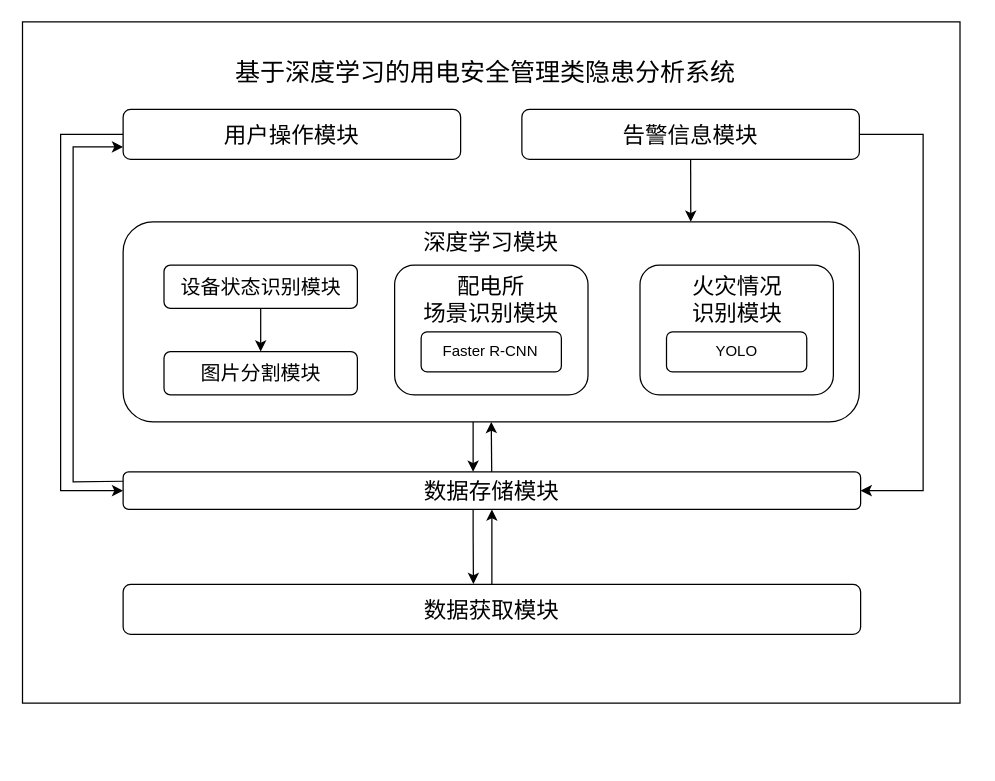
The draw.io diagram Draw.io/本科毕业设计/系统总体设计架构_调用.drawio in Arete-FFF/PicGo, before the edit. Source tidied: cells renumbered, new cells numbered last; positions are measured from the earlier drawing's top-left corner, leaving out a move shared by most shapes. Both pictures are drawn from the tidied source at 125%, with x=0, y=0 at pixel (22, 21).
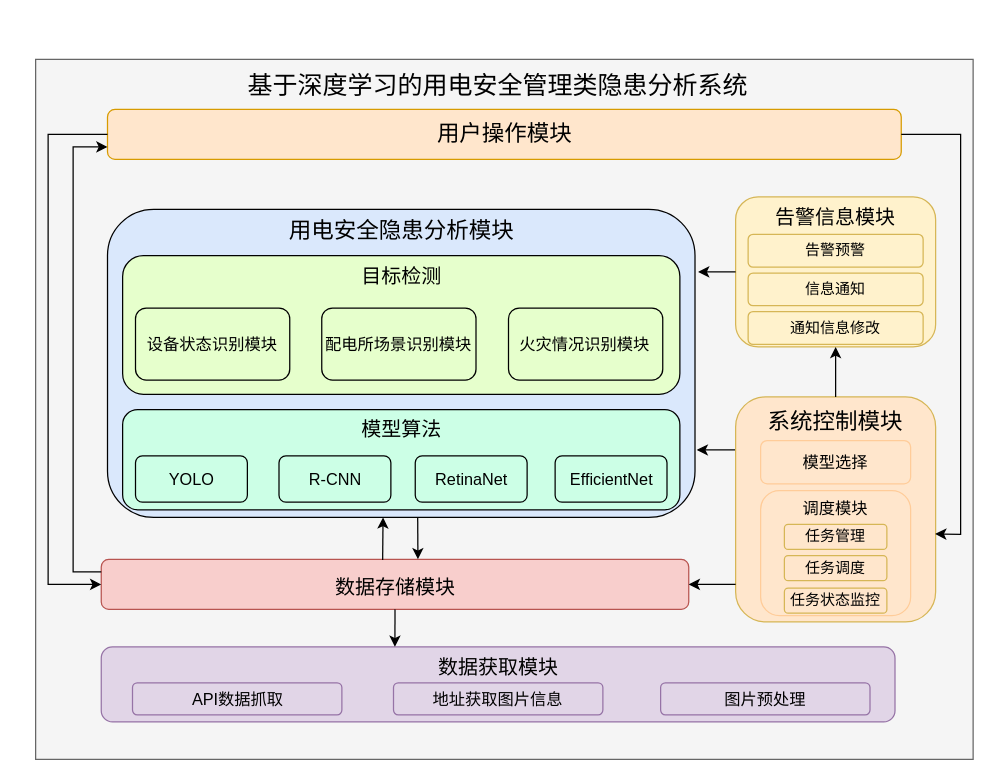
After the change.

Commit message:
更新系统总体设计架构_调用.drawio

Diff of the diagram source:
```diff
@@
-    <mxCell id="2" style="rounded=0;whiteSpace=wrap;html=1;glass=0;shadow=0;perimeterSpacing=0;flipV=1;" parent="1" vertex="1">
-      <mxGeometry x="-0.5" width="750" height="545" as="geometry" />
-    </mxCell>
+    <mxCell id="24" style="rounded=0;whiteSpace=wrap;html=1;glass=0;shadow=0;perimeterSpacing=0;fillColor=#f5f5f5;fontColor=#333333;strokeColor=#666666;fontFamily=宋体;" parent="1" vertex="1">
+      <mxGeometry x="10" y="30" width="750" height="560" as="geometry" />
+    </mxCell>
     <mxCell id="3" value="&lt;font style=&quot;font-size: 20px;&quot;&gt;基于深度学习的用电安全管理类隐患分析系统&lt;/font&gt;" style="rounded=0;whiteSpace=wrap;html=1;shadow=0;glass=0;strokeColor=default;fontFamily=宋体;fontSize=12;fontColor=default;fillColor=default;strokeWidth=0;opacity=0;" parent="1" vertex="1">
-      <mxGeometry x="30" y="20" width="680" height="40" as="geometry" />
+      <mxGeometry x="40" y="30" width="680" height="40" as="geometry" />
     </mxCell>
-    <mxCell id="4" value="&lt;font style=&quot;font-size: 18px;&quot;&gt;用户操作模块&lt;/font&gt;" style="rounded=1;whiteSpace=wrap;html=1;shadow=0;glass=0;strokeColor=default;fontFamily=宋体;fontSize=20;fontColor=default;fillColor=default;" parent="1" vertex="1">
-      <mxGeometry x="80" y="70" width="270" height="40" as="geometry" />
+    <mxCell id="4" value="&lt;font style=&quot;font-size: 18px;&quot;&gt;用户操作模块&lt;/font&gt;" style="rounded=1;whiteSpace=wrap;html=1;shadow=0;glass=0;strokeColor=#d79b00;fontFamily=宋体;fontSize=18;fillColor=#ffe6cc;" parent="1" vertex="1">
+      <mxGeometry x="67.5" y="70" width="635" height="40" as="geometry" />
     </mxCell>
-    <mxCell id="5" value="&lt;font style=&quot;font-size: 18px;&quot;&gt;数据存储模块&lt;/font&gt;" style="rounded=1;whiteSpace=wrap;html=1;shadow=0;glass=0;strokeColor=default;fontFamily=宋体;fontSize=20;fontColor=default;fillColor=default;" parent="1" vertex="1">
-      <mxGeometry x="80" y="360" width="590" height="30" as="geometry" />
+    <mxCell id="5" value="&lt;font style=&quot;font-size: 16px;&quot;&gt;数据存储模块&lt;/font&gt;" style="rounded=1;whiteSpace=wrap;html=1;shadow=0;glass=0;strokeColor=#b85450;fontFamily=宋体;fontSize=20;fillColor=#f8cecc;" parent="1" vertex="1">
+      <mxGeometry x="62.5" y="430" width="470" height="40" as="geometry" />
     </mxCell>
+    <mxCell id="25" style="group;fontFamily=宋体;" parent="1" vertex="1">
+      <mxGeometry x="62.5" y="500" width="635" height="60" as="geometry" />
+    </mxCell>
+    <mxCell id="7" value="&lt;font style=&quot;font-size: 16px;&quot;&gt;数据获取模块&lt;/font&gt;" style="rounded=1;whiteSpace=wrap;html=1;shadow=0;glass=0;strokeColor=#9673a6;fontFamily=宋体;fontSize=12;fillColor=#e1d5e7;verticalAlign=top;horizontal=1;" parent="25" vertex="1">
+      <mxGeometry width="635" height="60" as="geometry" />
+    </mxCell>
+    <mxCell id="26" value="&lt;font style=&quot;font-size: 13px;&quot;&gt;地址获取图片信息&lt;/font&gt;" style="rounded=1;whiteSpace=wrap;html=1;fillColor=#e1d5e7;strokeColor=#9673a6;fontFamily=宋体;" parent="25" vertex="1">
+      <mxGeometry x="233.8" y="28.7" width="167.5" height="25.7" as="geometry" />
+    </mxCell>
+    <mxCell id="27" value="&lt;font style=&quot;font-size: 13px;&quot;&gt;图片预处理&lt;/font&gt;" style="rounded=1;whiteSpace=wrap;html=1;fillColor=#e1d5e7;strokeColor=#9673a6;fontFamily=宋体;" parent="25" vertex="1">
+      <mxGeometry x="447.5" y="28.7" width="167.5" height="25.7" as="geometry" />
+    </mxCell>
+    <mxCell id="28" value="&lt;font style=&quot;font-size: 13px;&quot;&gt;API数据抓取&lt;/font&gt;" style="rounded=1;whiteSpace=wrap;html=1;fillColor=#e1d5e7;strokeColor=#9673a6;fontFamily=宋体;" parent="25" vertex="1">
+      <mxGeometry x="25" y="28.7" width="167.5" height="25.7" as="geometry" />
+    </mxCell>
+    <mxCell id="29" style="group;fontFamily=宋体;" parent="1" vertex="1">
+      <mxGeometry x="67.5" y="150" width="470" height="246.4" as="geometry" />
+    </mxCell>
+    <mxCell id="30" style="group;fontFamily=宋体;" parent="29" vertex="1">
+      <mxGeometry width="470" height="246.4" as="geometry" />
+    </mxCell>
+    <mxCell id="31" value="用电安全隐患分析模块" style="rounded=1;whiteSpace=wrap;html=1;shadow=0;glass=0;strokeColor=#000000;fontFamily=宋体;fontSize=18;fillColor=#dae8fc;verticalAlign=top;" parent="30" vertex="1">
+      <mxGeometry width="470" height="246.4" as="geometry" />
+    </mxCell>
+    <mxCell id="32" style="group;fontFamily=宋体;" parent="30" vertex="1">
+      <mxGeometry x="12.1" y="160.2" width="445.8" height="80.1" as="geometry" />
+    </mxCell>
+    <mxCell id="33" value="&lt;font&gt;模型算法&lt;/font&gt;" style="rounded=1;whiteSpace=wrap;html=1;verticalAlign=top;fontSize=16;fillColor=#CCFFE6;strokeColor=#000000;fontFamily=宋体;" parent="32" vertex="1">
+      <mxGeometry width="445.8" height="80.1" as="geometry" />
+    </mxCell>
+    <mxCell id="17" value="&lt;font style=&quot;font-size: 13px;&quot;&gt;YOLO&lt;/font&gt;" style="rounded=1;whiteSpace=wrap;html=1;fontFamily=宋体;fillColor=#CCFFE6;strokeColor=#000000;" parent="32" vertex="1">
+      <mxGeometry x="10.3" y="37" width="89.5" height="37" as="geometry" />
+    </mxCell>
+    <mxCell id="34" value="&lt;font style=&quot;font-size: 13px;&quot;&gt;R-CNN&lt;/font&gt;" style="rounded=1;whiteSpace=wrap;html=1;fontFamily=宋体;fillColor=#CCFFE6;strokeColor=#000000;" parent="32" vertex="1">
+      <mxGeometry x="125.1" y="37" width="89.5" height="37" as="geometry" />
+    </mxCell>
+    <mxCell id="35" value="&lt;font style=&quot;font-size: 13px;&quot;&gt;RetinaNet&lt;/font&gt;" style="rounded=1;whiteSpace=wrap;html=1;fontFamily=宋体;fillColor=#CCFFE6;strokeColor=#000000;" parent="32" vertex="1">
+      <mxGeometry x="234.1" y="37" width="89.5" height="37" as="geometry" />
+    </mxCell>
+    <mxCell id="36" value="&lt;font style=&quot;font-size: 13px;&quot;&gt;EfficientNet&lt;/font&gt;" style="rounded=1;whiteSpace=wrap;html=1;fontFamily=宋体;fillColor=#CCFFE6;strokeColor=#000000;" parent="32" vertex="1">
+      <mxGeometry x="346" y="37" width="89.5" height="37" as="geometry" />
+    </mxCell>
+    <mxCell id="37" style="group;fontFamily=宋体;" parent="30" vertex="1">
+      <mxGeometry x="12.1" y="37" width="445.8" height="110.9" as="geometry" />
+    </mxCell>
+    <mxCell id="38" value="&lt;font&gt;目标检测&lt;/font&gt;" style="rounded=1;whiteSpace=wrap;html=1;verticalAlign=top;fontSize=16;fillColor=#E6FFCC;strokeColor=#000000;fontFamily=宋体;" parent="37" vertex="1">
+      <mxGeometry width="445.8" height="110.9" as="geometry" />
+    </mxCell>
+    <mxCell id="39" value="&lt;font style=&quot;font-size: 13px;&quot;&gt;火灾情况识别模块&lt;/font&gt;" style="rounded=1;whiteSpace=wrap;html=1;shadow=0;glass=0;strokeColor=default;fontFamily=宋体;fontSize=14;fontColor=default;fillColor=#E6FFCC;verticalAlign=middle;align=center;" parent="37" vertex="1">
+      <mxGeometry x="308.7" y="41.9" width="123.4" height="57.6" as="geometry" />
+    </mxCell>
+    <mxCell id="40" value="&lt;font style=&quot;font-size: 13px;&quot;&gt;配电所场景识别模块&lt;/font&gt;" style="rounded=1;whiteSpace=wrap;html=1;shadow=0;glass=0;strokeColor=default;fontFamily=宋体;fontSize=14;fontColor=default;fillColor=#E6FFCC;verticalAlign=middle;align=center;" parent="37" vertex="1">
+      <mxGeometry x="159.3" y="41.9" width="123.4" height="57.6" as="geometry" />
+    </mxCell>
+    <mxCell id="13" value="&lt;font style=&quot;font-size: 13px;&quot;&gt;&lt;font style=&quot;border-color: var(--border-color); font-size: 13px;&quot;&gt;设备状态&lt;/font&gt;识别模块&lt;/font&gt;" style="rounded=1;whiteSpace=wrap;html=1;shadow=0;glass=0;strokeColor=#000000;fontFamily=宋体;fontSize=14;fontColor=default;fillColor=#E6FFCC;verticalAlign=middle;align=center;" parent="37" vertex="1">
+      <mxGeometry x="10.3" y="41.9" width="123.4" height="57.6" as="geometry" />
+    </mxCell>
+    <mxCell id="41" style="group;" parent="1" vertex="1">
+      <mxGeometry x="570" y="300" width="160" height="180" as="geometry" />
+    </mxCell>
+    <mxCell id="42" value="&lt;font style=&quot;font-size: 18px;&quot;&gt;系统控制模块&lt;/font&gt;" style="rounded=1;whiteSpace=wrap;html=1;shadow=0;glass=0;strokeColor=#d6b656;fontFamily=宋体;fontSize=20;fillColor=#FFE6CC;verticalAlign=top;" parent="41" vertex="1">
+      <mxGeometry width="160" height="180" as="geometry" />
+    </mxCell>
+    <mxCell id="43" value="模型选择" style="rounded=1;whiteSpace=wrap;html=1;fontFamily=宋体;fillColor=#FFE6CC;strokeColor=#FFCC99;fontSize=13;" parent="41" vertex="1">
+      <mxGeometry x="20" y="35" width="120" height="34.5" as="geometry" />
+    </mxCell>
+    <mxCell id="44" style="group;" parent="41" vertex="1">
+      <mxGeometry x="20" y="55" width="120" height="122" as="geometry" />
+    </mxCell>
+    <mxCell id="45" style="group;" parent="44" vertex="1">
+      <mxGeometry width="120" height="122" as="geometry" />
+    </mxCell>
+    <mxCell id="46" value="调度模块" style="rounded=1;whiteSpace=wrap;html=1;fontFamily=宋体;fillColor=#FFE6CC;strokeColor=#FFCC99;fontSize=13;verticalAlign=top;" parent="44" vertex="1">
+      <mxGeometry y="20" width="120" height="100" as="geometry" />
+    </mxCell>
+    <mxCell id="47" value="任务管理" style="rounded=1;whiteSpace=wrap;html=1;fillColor=#FFE6CC;strokeColor=#d6b656;fontFamily=宋体;" parent="44" vertex="1">
+      <mxGeometry x="19" y="47" width="82" height="20" as="geometry" />
+    </mxCell>
+    <mxCell id="48" value="任务调度" style="rounded=1;whiteSpace=wrap;html=1;fillColor=#FFE6CC;strokeColor=#d6b656;fontFamily=宋体;" parent="44" vertex="1">
+      <mxGeometry x="19" y="72" width="82" height="20" as="geometry" />
+    </mxCell>
+    <mxCell id="49" value="任务状态监控" style="rounded=1;whiteSpace=wrap;html=1;fillColor=#FFE6CC;strokeColor=#d6b656;fontFamily=宋体;" parent="44" vertex="1">
+      <mxGeometry x="19" y="98" width="82" height="20" as="geometry" />
+    </mxCell>
+    <mxCell id="50" style="group;" parent="1" vertex="1">
+      <mxGeometry x="570" y="140" width="160" height="120" as="geometry" />
+    </mxCell>
-    <mxCell id="6" value="&lt;font style=&quot;font-size: 18px;&quot;&gt;告警信息模块&lt;/font&gt;" style="rounded=1;whiteSpace=wrap;html=1;shadow=0;glass=0;strokeColor=default;fontFamily=宋体;fontSize=20;fontColor=default;fillColor=default;" parent="1" vertex="1">
-      <mxGeometry x="399" y="70" width="270" height="40" as="geometry" />
+    <mxCell id="6" value="&lt;font style=&quot;font-size: 16px;&quot;&gt;告警信息模块&lt;/font&gt;" style="rounded=1;whiteSpace=wrap;html=1;shadow=0;glass=0;strokeColor=#d6b656;fontFamily=宋体;fontSize=16;fillColor=#fff2cc;verticalAlign=top;" parent="50" vertex="1">
+      <mxGeometry width="160" height="120" as="geometry" />
     </mxCell>
-    <mxCell id="7" value="&lt;font style=&quot;font-size: 18px;&quot;&gt;数据获取模块&lt;/font&gt;" style="rounded=1;whiteSpace=wrap;html=1;shadow=0;glass=0;strokeColor=default;fontFamily=宋体;fontSize=20;fontColor=default;fillColor=default;" parent="1" vertex="1">
-      <mxGeometry x="80" y="450" width="590" height="40" as="geometry" />
-    </mxCell>
-    <mxCell id="8" style="endArrow=classic;html=1;rounded=0;fontFamily=宋体;exitX=0.5;exitY=1;exitDx=0;exitDy=0;entryX=0.771;entryY=0;entryDx=0;entryDy=0;entryPerimeter=0;" parent="1" edge="1" source="6" target="11">
-      <mxGeometry relative="1" as="geometry" />
-    </mxCell>
-    <mxCell id="9" style="endArrow=classic;html=1;rounded=0;fontFamily=宋体;exitX=1;exitY=0.5;exitDx=0;exitDy=0;entryX=1;entryY=0.5;entryDx=0;entryDy=0;" parent="1" edge="1" source="6" target="5">
-      <mxGeometry relative="1" as="geometry">
-        <Array as="points">
-          <mxPoint x="720" y="90" />
-          <mxPoint x="720" y="375" />
-        </Array>
-      </mxGeometry>
-    </mxCell>
-    <mxCell id="10" style="edgeStyle=orthogonalEdgeStyle;rounded=0;jettySize=auto;html=1;fontFamily=宋体;" parent="1" edge="1" source="11" target="5">
-      <mxGeometry relative="1" as="geometry">
-        <Array as="points">
-          <mxPoint x="360" y="340" />
-          <mxPoint x="360" y="340" />
-        </Array>
-      </mxGeometry>
-    </mxCell>
-    <mxCell id="11" value="深度学习模块" style="rounded=1;whiteSpace=wrap;html=1;shadow=0;glass=0;strokeColor=default;fontFamily=宋体;fontSize=18;fontColor=default;fillColor=default;verticalAlign=top;" parent="1" vertex="1">
-      <mxGeometry x="80" y="160" width="589" height="160" as="geometry" />
-    </mxCell>
-    <mxCell id="12" value="&lt;font style=&quot;font-size: 16px;&quot;&gt;图片分割模块&lt;/font&gt;" style="rounded=1;whiteSpace=wrap;html=1;shadow=0;glass=0;strokeColor=default;fontFamily=宋体;fontSize=18;fontColor=default;fillColor=default;" parent="1" vertex="1">
-      <mxGeometry x="112.7" y="263.8" width="154.7" height="34.6" as="geometry" />
-    </mxCell>
-    <mxCell id="13" value="&lt;font style=&quot;font-size: 16px;&quot;&gt;&lt;font style=&quot;font-size: 16px;&quot;&gt;设备状态&lt;/font&gt;识别模块&lt;/font&gt;" style="rounded=1;whiteSpace=wrap;html=1;shadow=0;glass=0;strokeColor=default;fontFamily=宋体;fontSize=18;fontColor=default;fillColor=default;" parent="1" vertex="1">
-      <mxGeometry x="112.7" y="194.6" width="154.7" height="34.6" as="geometry" />
-    </mxCell>
-    <mxCell id="14" value="配电所&lt;br&gt;场景识别模块" style="rounded=1;whiteSpace=wrap;html=1;shadow=0;glass=0;strokeColor=default;fontFamily=宋体;fontSize=18;fontColor=default;fillColor=default;verticalAlign=top;" parent="1" vertex="1">
-      <mxGeometry x="297.2" y="194.6" width="154.7" height="103.8" as="geometry" />
-    </mxCell>
-    <mxCell id="15" value="火灾情况&lt;br&gt;识别模块" style="rounded=1;whiteSpace=wrap;html=1;shadow=0;glass=0;strokeColor=default;fontFamily=宋体;fontSize=18;fontColor=default;fillColor=default;verticalAlign=top;" parent="1" vertex="1">
-      <mxGeometry x="493.5" y="194.6" width="154.7" height="103.8" as="geometry" />
-    </mxCell>
-    <mxCell id="16" value="&lt;font face=&quot;宋体&quot;&gt;Faster R-CNN&lt;/font&gt;" style="rounded=1;whiteSpace=wrap;html=1;" parent="1" vertex="1">
-      <mxGeometry x="318.4" y="248" width="112.2" height="32" as="geometry" />
-    </mxCell>
-    <mxCell id="17" value="&lt;font face=&quot;宋体&quot;&gt;YOLO&lt;/font&gt;" style="rounded=1;whiteSpace=wrap;html=1;" parent="1" vertex="1">
-      <mxGeometry x="514.7" y="248" width="112.2" height="32" as="geometry" />
-    </mxCell>
-    <mxCell id="18" style="endArrow=classic;html=1;rounded=0;fontFamily=宋体;exitX=0.5;exitY=1;exitDx=0;exitDy=0;entryX=0.5;entryY=0;entryDx=0;entryDy=0;" parent="1" edge="1" source="13" target="12">
-      <mxGeometry relative="1" as="geometry" />
-    </mxCell>
+    <mxCell id="51" value="告警预警" style="rounded=1;whiteSpace=wrap;html=1;fillColor=#fff2cc;strokeColor=#d6b656;fontFamily=宋体;" parent="50" vertex="1">
+      <mxGeometry x="10" y="30" width="140" height="26.2" as="geometry" />
+    </mxCell>
+    <mxCell id="52" value="信息通知" style="rounded=1;whiteSpace=wrap;html=1;fillColor=#fff2cc;strokeColor=#d6b656;fontFamily=宋体;" parent="50" vertex="1">
+      <mxGeometry x="10" y="60.9" width="140" height="26.2" as="geometry" />
+    </mxCell>
+    <mxCell id="53" value="通知信息修改" style="rounded=1;whiteSpace=wrap;html=1;fillColor=#fff2cc;strokeColor=#d6b656;fontFamily=宋体;" parent="50" vertex="1">
+      <mxGeometry x="10" y="91.8" width="140" height="26.2" as="geometry" />
+    </mxCell>
-    <mxCell id="19" style="endArrow=classic;html=1;rounded=0;fontFamily=宋体;exitX=0;exitY=0.5;exitDx=0;exitDy=0;entryX=0;entryY=0.5;entryDx=0;entryDy=0;" parent="1" edge="1" source="4" target="5">
+    <mxCell id="19" style="endArrow=classic;html=1;rounded=0;entryX=0;entryY=0.5;entryDx=0;entryDy=0;exitX=0;exitY=0.5;exitDx=0;exitDy=0;" parent="1" edge="1" source="4" target="5">
       <mxGeometry relative="1" as="geometry">
         <Array as="points">
-          <mxPoint x="30" y="90" />
-          <mxPoint x="30" y="375" />
+          <mxPoint x="20" y="90" />
+          <mxPoint x="20" y="450" />
         </Array>
       </mxGeometry>
     </mxCell>
+    <mxCell id="54" style="endArrow=classic;html=1;rounded=0;entryX=0.37;entryY=0;entryDx=0;entryDy=0;entryPerimeter=0;exitX=0.5;exitY=1;exitDx=0;exitDy=0;" parent="1" edge="1" source="5" target="7">
+      <mxGeometry relative="1" as="geometry" />
+    </mxCell>
+    <mxCell id="55" style="endArrow=classic;html=1;rounded=0;exitX=0.479;exitY=0.013;exitDx=0;exitDy=0;exitPerimeter=0;entryX=0.469;entryY=1;entryDx=0;entryDy=0;entryPerimeter=0;" parent="1" edge="1" source="5" target="31">
+      <mxGeometry relative="1" as="geometry" />
+    </mxCell>
+    <mxCell id="56" style="endArrow=classic;html=1;rounded=0;entryX=0.539;entryY=-0.003;entryDx=0;entryDy=0;entryPerimeter=0;exitX=0.528;exitY=1.001;exitDx=0;exitDy=0;exitPerimeter=0;" parent="1" edge="1" source="31" target="5">
+      <mxGeometry relative="1" as="geometry" />
+    </mxCell>
-    <mxCell id="20" style="endArrow=classic;html=1;rounded=0;fontFamily=宋体;entryX=0;entryY=0.75;entryDx=0;entryDy=0;exitX=0;exitY=0.25;exitDx=0;exitDy=0;" parent="1" edge="1" source="5" target="4">
+    <mxCell id="20" style="endArrow=classic;html=1;rounded=0;exitX=0;exitY=0.25;exitDx=0;exitDy=0;entryX=0;entryY=0.75;entryDx=0;entryDy=0;" parent="1" edge="1" source="5" target="4">
       <mxGeometry relative="1" as="geometry">
         <Array as="points">
-          <mxPoint x="40" y="368" />
+          <mxPoint x="40" y="440" />
           <mxPoint x="40" y="100" />
         </Array>
       </mxGeometry>
     </mxCell>
-    <mxCell id="21" style="endArrow=classic;html=1;rounded=0;fontFamily=宋体;entryX=0.5;entryY=1;entryDx=0;entryDy=0;" parent="1" edge="1" source="5" target="11">
-      <mxGeometry relative="1" as="geometry" />
-    </mxCell>
-    <mxCell id="22" style="edgeStyle=orthogonalEdgeStyle;rounded=0;jettySize=auto;html=1;fontFamily=宋体;entryX=0.475;entryY=-0.005;entryDx=0;entryDy=0;entryPerimeter=0;" parent="1" edge="1" target="7">
-      <mxGeometry relative="1" as="geometry">
-        <mxPoint x="360" y="390" as="sourcePoint" />
-        <Array as="points">
-          <mxPoint x="360" y="410" />
-        </Array>
-      </mxGeometry>
-    </mxCell>
-    <mxCell id="23" style="endArrow=classic;html=1;rounded=0;fontFamily=宋体;entryX=0.5;entryY=1;entryDx=0;entryDy=0;exitX=0.5;exitY=0;exitDx=0;exitDy=0;" parent="1" edge="1" source="7" target="5">
-      <mxGeometry relative="1" as="geometry" />
-    </mxCell>
+    <mxCell id="57" style="endArrow=classic;html=1;rounded=0;exitX=-0.003;exitY=0.236;exitDx=0;exitDy=0;exitPerimeter=0;entryX=1.003;entryY=0.781;entryDx=0;entryDy=0;entryPerimeter=0;" parent="1" edge="1" source="42" target="31">
+      <mxGeometry relative="1" as="geometry" />
+    </mxCell>
+    <mxCell id="58" style="endArrow=classic;html=1;rounded=0;entryX=1;entryY=0.5;entryDx=0;entryDy=0;" parent="1" edge="1" target="5">
+      <mxGeometry relative="1" as="geometry">
+        <mxPoint x="570" y="450" as="sourcePoint" />
+      </mxGeometry>
+    </mxCell>
+    <mxCell id="59" style="endArrow=classic;html=1;rounded=0;exitX=0.5;exitY=0;exitDx=0;exitDy=0;" parent="1" edge="1" source="42">
+      <mxGeometry relative="1" as="geometry">
+        <mxPoint x="650" y="260" as="targetPoint" />
+      </mxGeometry>
+    </mxCell>
+    <mxCell id="60" style="endArrow=classic;html=1;rounded=0;exitX=0;exitY=0.5;exitDx=0;exitDy=0;" parent="1" edge="1" source="6">
+      <mxGeometry relative="1" as="geometry">
+        <mxPoint x="540" y="200" as="targetPoint" />
+      </mxGeometry>
+    </mxCell>
+    <mxCell id="61" style="endArrow=classic;html=1;rounded=0;exitX=1;exitY=0.5;exitDx=0;exitDy=0;entryX=0.998;entryY=0.609;entryDx=0;entryDy=0;entryPerimeter=0;" parent="1" edge="1" source="4" target="42">
+      <mxGeometry relative="1" as="geometry">
+        <Array as="points">
+          <mxPoint x="750" y="90" />
+          <mxPoint x="750" y="410" />
+        </Array>
+      </mxGeometry>
+    </mxCell>
```
